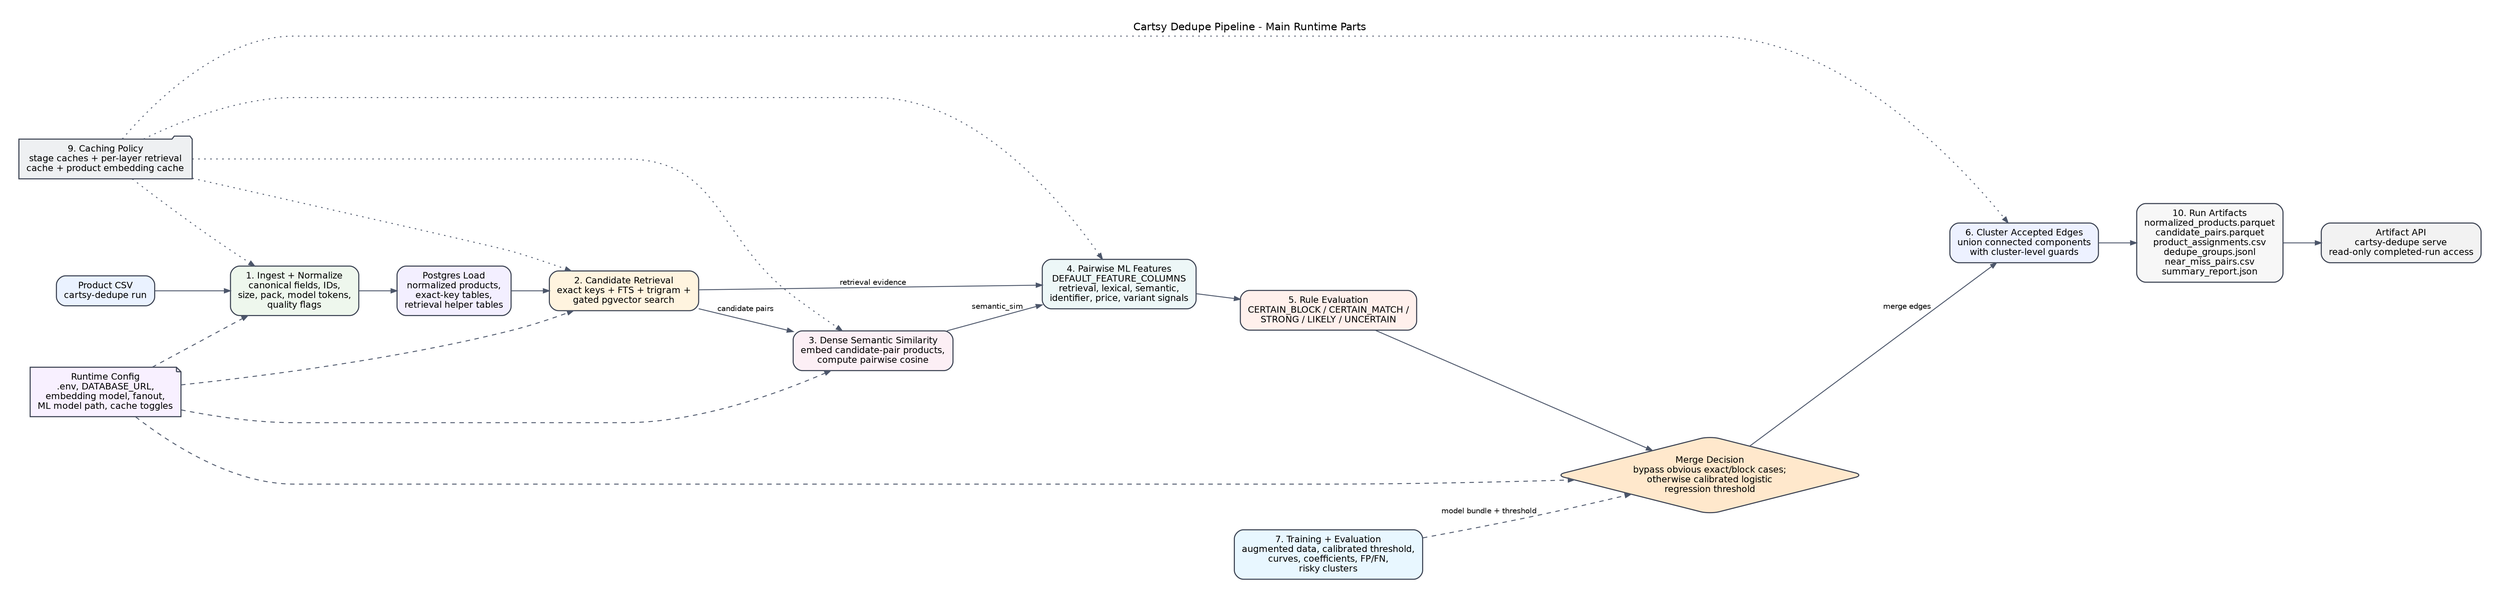
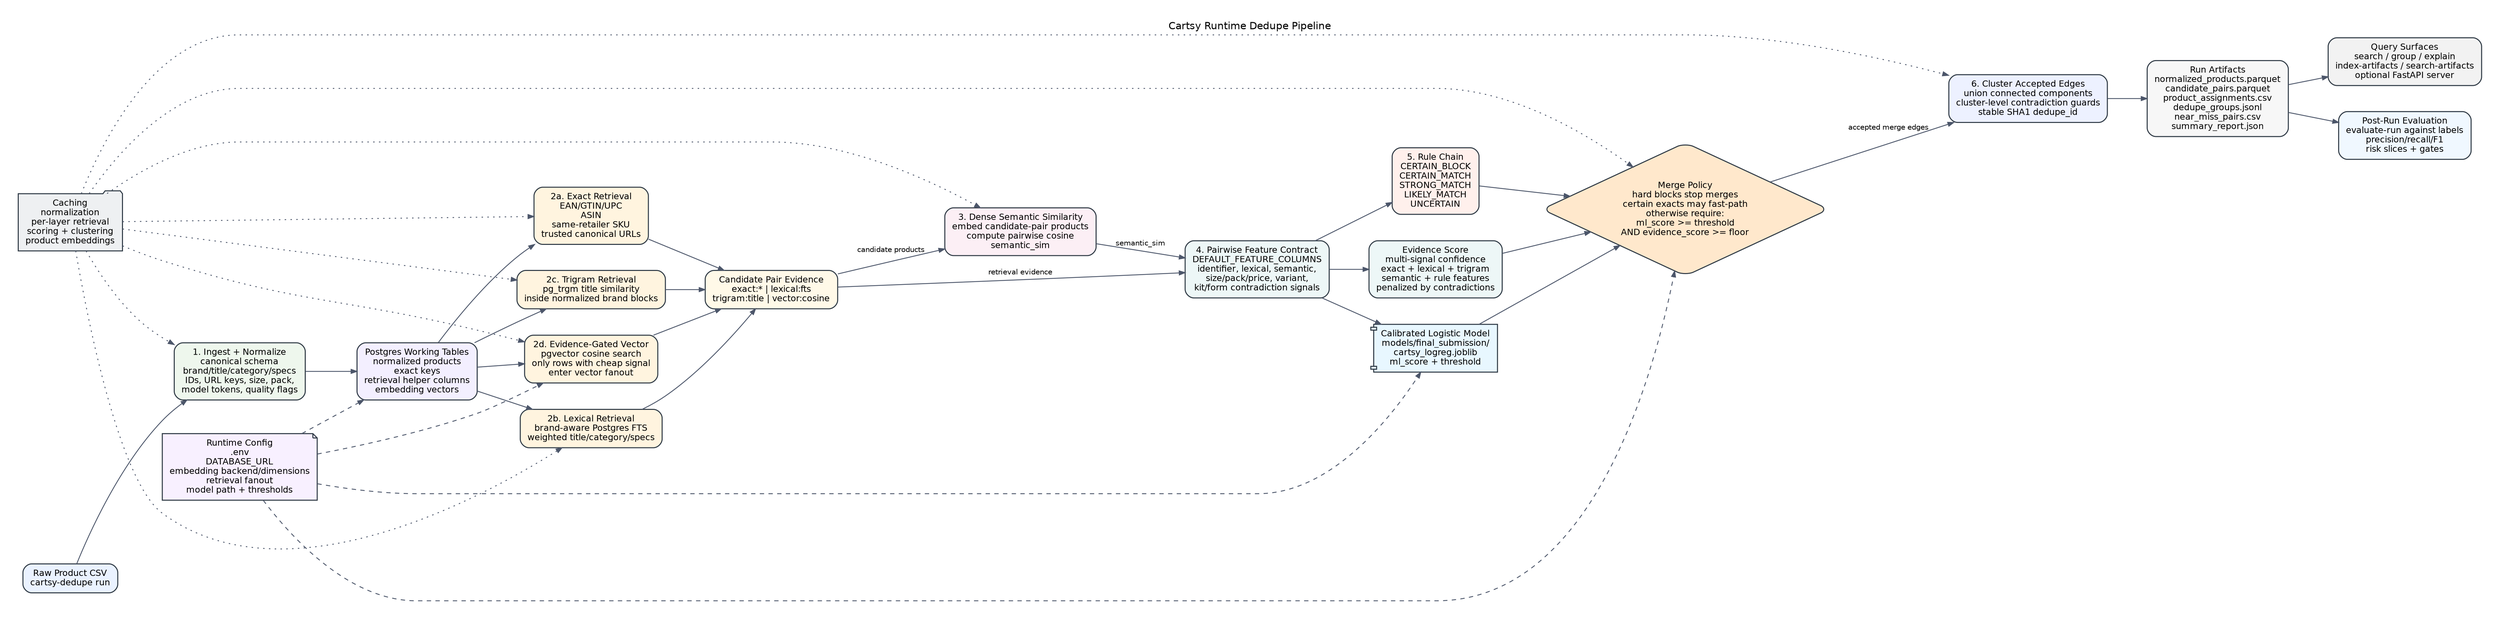
digraph DedupePipeline {
  graph [
    rankdir=LR,
    bgcolor="white",
    pad="0.35",
-     nodesep="0.55",
-     ranksep="0.7",
+     nodesep="0.5",
+     ranksep="0.75",
    fontname="Helvetica",
    labelloc="t",
-     label="Cartsy Dedupe Pipeline - Main Runtime Parts"
+     label="Cartsy Runtime Dedupe Pipeline"
  ];

  node [
    shape=rect,
    style="rounded,filled",
    fontname="Helvetica",
    fontsize=12,
-     color="#3b4252",
+     color="#2f3a45",
    penwidth=1.4,
    margin="0.14,0.10"
  ];

  edge [
    fontname="Helvetica",
    fontsize=10,
    color="#4c566a",
    arrowsize=0.8,
    penwidth=1.2
  ];

  input [
-     label="Product CSV\ncartsy-dedupe run",
+     label="Raw Product CSV\ncartsy-dedupe run",
    fillcolor="#eaf2ff"
  ];

  normalize [
-     label="1. Ingest + Normalize\ncanonical fields, IDs,\nsize, pack, model tokens,\nquality flags",
+     label="1. Ingest + Normalize\ncanonical schema\nbrand/title/category/specs\nIDs, URL keys, size, pack,\nmodel tokens, quality flags",
    fillcolor="#eef7ed"
  ];

  postgres [
-     label="Postgres Load\nnormalized products,\nexact-key tables,\nretrieval helper tables",
+     label="Postgres Working Tables\nnormalized products\nexact keys\nretrieval helper columns\nembedding vectors",
    fillcolor="#f3efff"
  ];

-   candidates [
-     label="2. Candidate Retrieval\nexact keys + FTS + trigram +\ngated pgvector search",
+   exact [
+     label="2a. Exact Retrieval\nEAN/GTIN/UPC\nASIN\nsame-retailer SKU\ntrusted canonical URLs",
    fillcolor="#fff4df"
  ];

+   lexical [
+     label="2b. Lexical Retrieval\nbrand-aware Postgres FTS\nweighted title/category/specs",
+     fillcolor="#fff4df"
+   ];
+ 
+   trigram [
+     label="2c. Trigram Retrieval\npg_trgm title similarity\ninside normalized brand blocks",
+     fillcolor="#fff4df"
+   ];
+ 
+   vector [
+     label="2d. Evidence-Gated Vector\npgvector cosine search\nonly rows with cheap signal\nenter vector fanout",
+     fillcolor="#fff4df"
+   ];
+ 
+   pair_blocks [
+     label="Candidate Pair Evidence\nexact:* | lexical:fts\ntrigram:title | vector:cosine",
+     fillcolor="#fff9e8"
+   ];
+ 
  semantic [
-     label="3. Dense Semantic Similarity\nembed candidate-pair products,\ncompute pairwise cosine",
+     label="3. Dense Semantic Similarity\nembed candidate-pair products\ncompute pairwise cosine\nsemantic_sim",
    fillcolor="#fceff5"
  ];

  features [
-     label="4. Pairwise ML Features\nDEFAULT_FEATURE_COLUMNS\nretrieval, lexical, semantic,\nidentifier, price, variant signals",
+     label="4. Pairwise Feature Contract\nDEFAULT_FEATURE_COLUMNS\nidentifier, lexical, semantic,\nsize/pack/price, variant,\nkit/form contradiction signals",
    fillcolor="#edf7f7"
  ];

  rules [
-     label="5. Rule Evaluation\nCERTAIN_BLOCK / CERTAIN_MATCH /\nSTRONG / LIKELY / UNCERTAIN",
+     label="5. Rule Chain\nCERTAIN_BLOCK\nCERTAIN_MATCH\nSTRONG_MATCH\nLIKELY_MATCH\nUNCERTAIN",
    fillcolor="#fff0ec"
  ];

+   ml [
+     label="Calibrated Logistic Model\nmodels/final_submission/\ncartsy_logreg.joblib\nml_score + threshold",
+     shape=component,
+     fillcolor="#e8f7ff"
+   ];
+ 
+   evidence [
+     label="Evidence Score\nmulti-signal confidence\nexact + lexical + trigram\nsemantic + rule features\npenalized by contradictions",
+     fillcolor="#edf7f7"
+   ];
+ 
  decision [
-     label="Merge Decision\nbypass obvious exact/block cases;\notherwise calibrated logistic\nregression threshold",
+     label="Merge Policy\nhard blocks stop merges\ncertain exacts may fast-path\notherwise require:\nml_score >= threshold\nAND evidence_score >= floor",
    shape=diamond,
-     width=2.25,
-     height=1.45,
+     width=2.7,
+     height=1.75,
    fillcolor="#ffe8cc"
  ];

  clustering [
-     label="6. Cluster Accepted Edges\nunion connected components\nwith cluster-level guards",
+     label="6. Cluster Accepted Edges\nunion connected components\ncluster-level contradiction guards\nstable SHA1 dedupe_id",
    fillcolor="#edf1ff"
  ];

  artifacts [
-     label="10. Run Artifacts\nnormalized_products.parquet\ncandidate_pairs.parquet\nproduct_assignments.csv\ndedupe_groups.jsonl\nnear_miss_pairs.csv\nsummary_report.json",
+     label="Run Artifacts\nnormalized_products.parquet\ncandidate_pairs.parquet\nproduct_assignments.csv\ndedupe_groups.jsonl\nnear_miss_pairs.csv\nsummary_report.json",
    fillcolor="#f7f7f7"
  ];

-   api [
-     label="Artifact API\ncartsy-dedupe serve\nread-only completed-run access",
+   query [
+     label="Query Surfaces\nsearch / group / explain\nindex-artifacts / search-artifacts\noptional FastAPI server",
    fillcolor="#f2f2f2"
  ];

-   training [
-     label="7. Training + Evaluation\naugmented data, calibrated threshold,\ncurves, coefficients, FP/FN,\nrisky clusters",
-     fillcolor="#e8f7ff"
+   evaluation [
+     label="Post-Run Evaluation\nevaluate-run against labels\nprecision/recall/F1\nrisk slices + gates",
+     fillcolor="#f0f8ff"
  ];

  cache [
-     label="9. Caching Policy\nstage caches + per-layer retrieval\ncache + product embedding cache",
+     label="Caching\nnormalization\nper-layer retrieval\nscoring + clustering\nproduct embeddings",
    shape=folder,
    fillcolor="#eef0f2"
  ];

  config [
-     label="Runtime Config\n.env, DATABASE_URL,\nembedding model, fanout,\nML model path, cache toggles",
+     label="Runtime Config\n.env\nDATABASE_URL\nembedding backend/dimensions\nretrieval fanout\nmodel path + thresholds",
    shape=note,
    fillcolor="#f8f0ff"
  ];

  input -> normalize;
  normalize -> postgres;
-   postgres -> candidates;
-   candidates -> semantic [label="candidate pairs"];
+   postgres -> exact;
+   postgres -> lexical;
+   postgres -> trigram;
+   postgres -> vector;
+   exact -> pair_blocks;
+   lexical -> pair_blocks;
+   trigram -> pair_blocks;
+   vector -> pair_blocks;
+   pair_blocks -> semantic [label="candidate products"];
+   pair_blocks -> features [label="retrieval evidence"];
  semantic -> features [label="semantic_sim"];
-   candidates -> features [label="retrieval evidence"];
  features -> rules;
+   features -> ml;
+   features -> evidence;
  rules -> decision;
-   decision -> clustering [label="merge edges"];
+   ml -> decision;
+   evidence -> decision;
+   decision -> clustering [label="accepted merge edges"];
  clustering -> artifacts;
-   artifacts -> api;
+   artifacts -> query;
+   artifacts -> evaluation;

-   training -> decision [label="model bundle + threshold", style=dashed];
-   config -> normalize [style=dashed];
-   config -> candidates [style=dashed];
-   config -> semantic [style=dashed];
+   config -> postgres [style=dashed];
+   config -> vector [style=dashed];
+   config -> ml [style=dashed];
  config -> decision [style=dashed];
+ 
  cache -> normalize [style=dotted];
-   cache -> candidates [style=dotted];
+   cache -> exact [style=dotted];
+   cache -> lexical [style=dotted];
+   cache -> trigram [style=dotted];
+   cache -> vector [style=dotted];
  cache -> semantic [style=dotted];
-   cache -> features [style=dotted];
+   cache -> decision [style=dotted];
  cache -> clustering [style=dotted];
}
